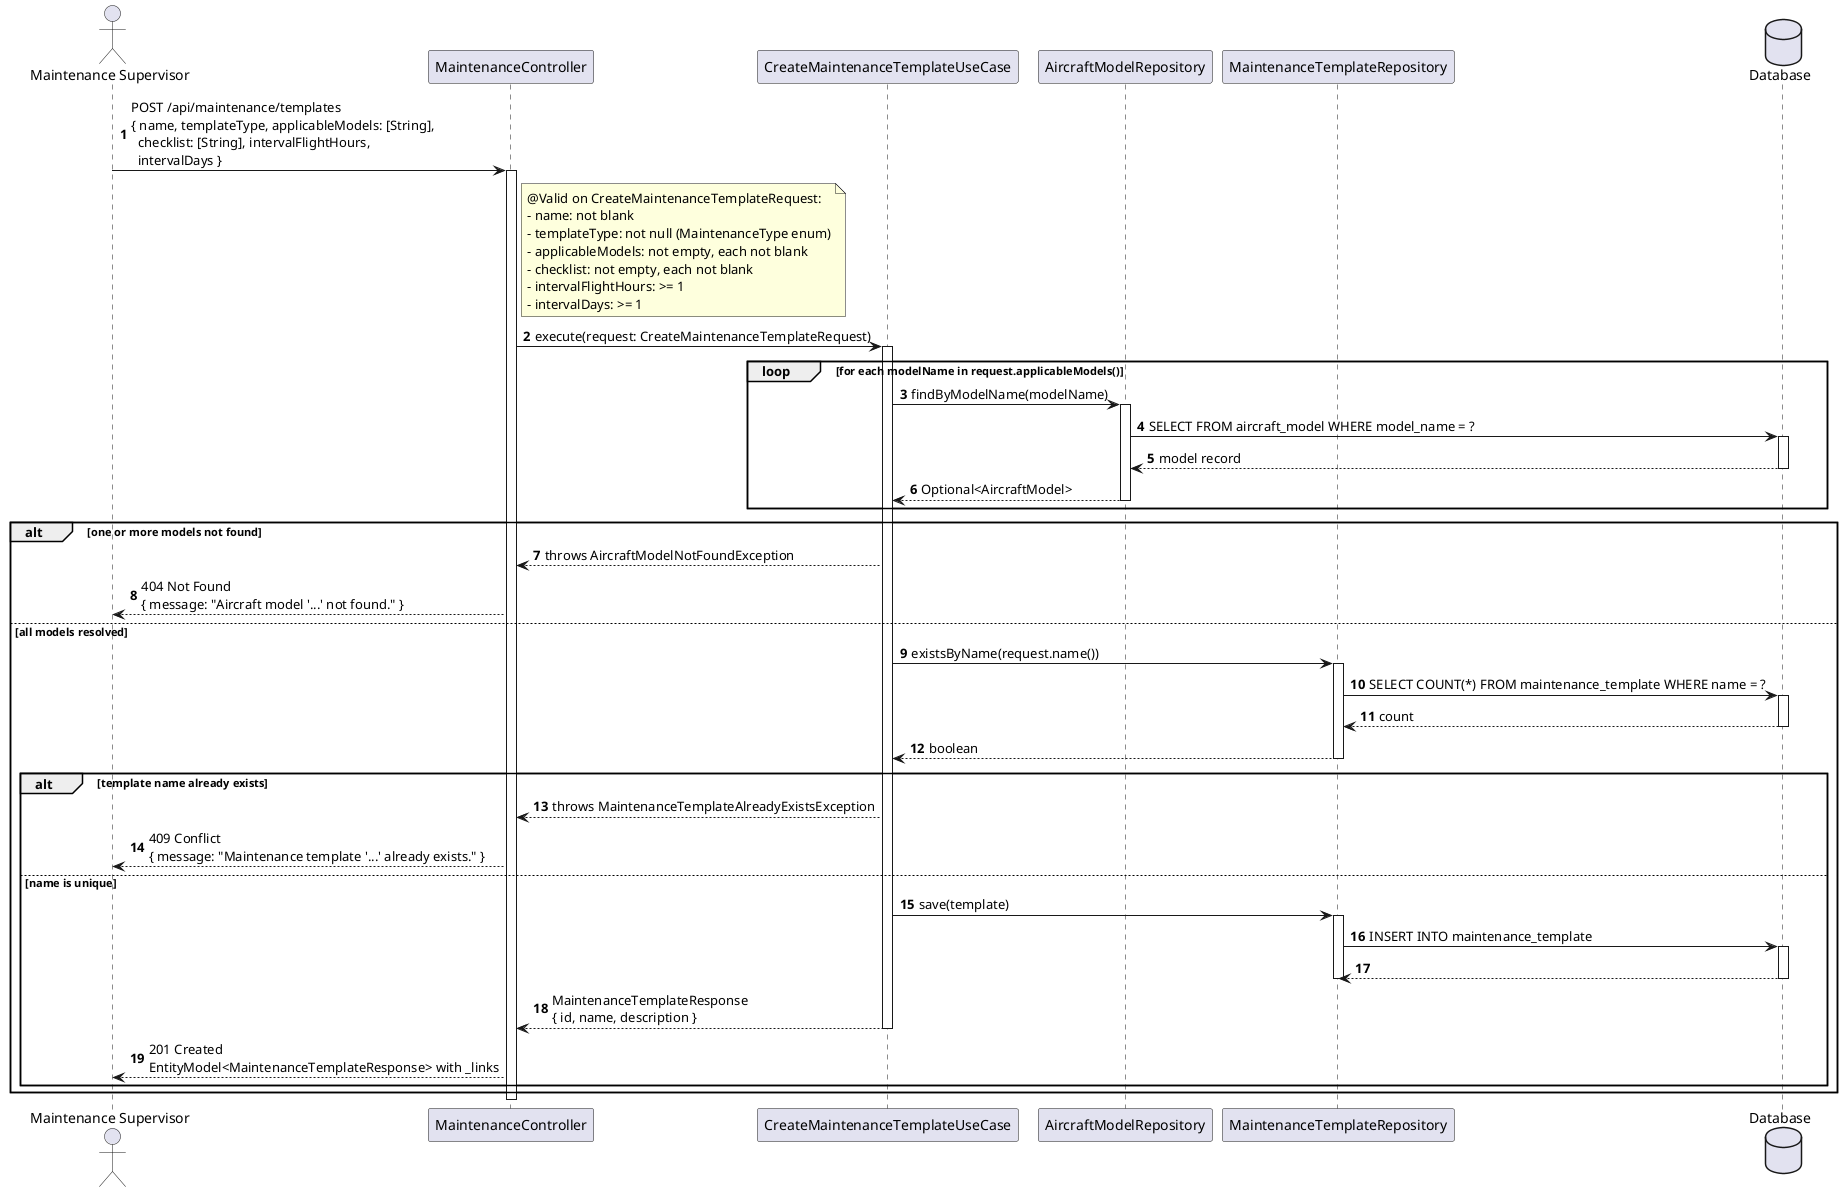
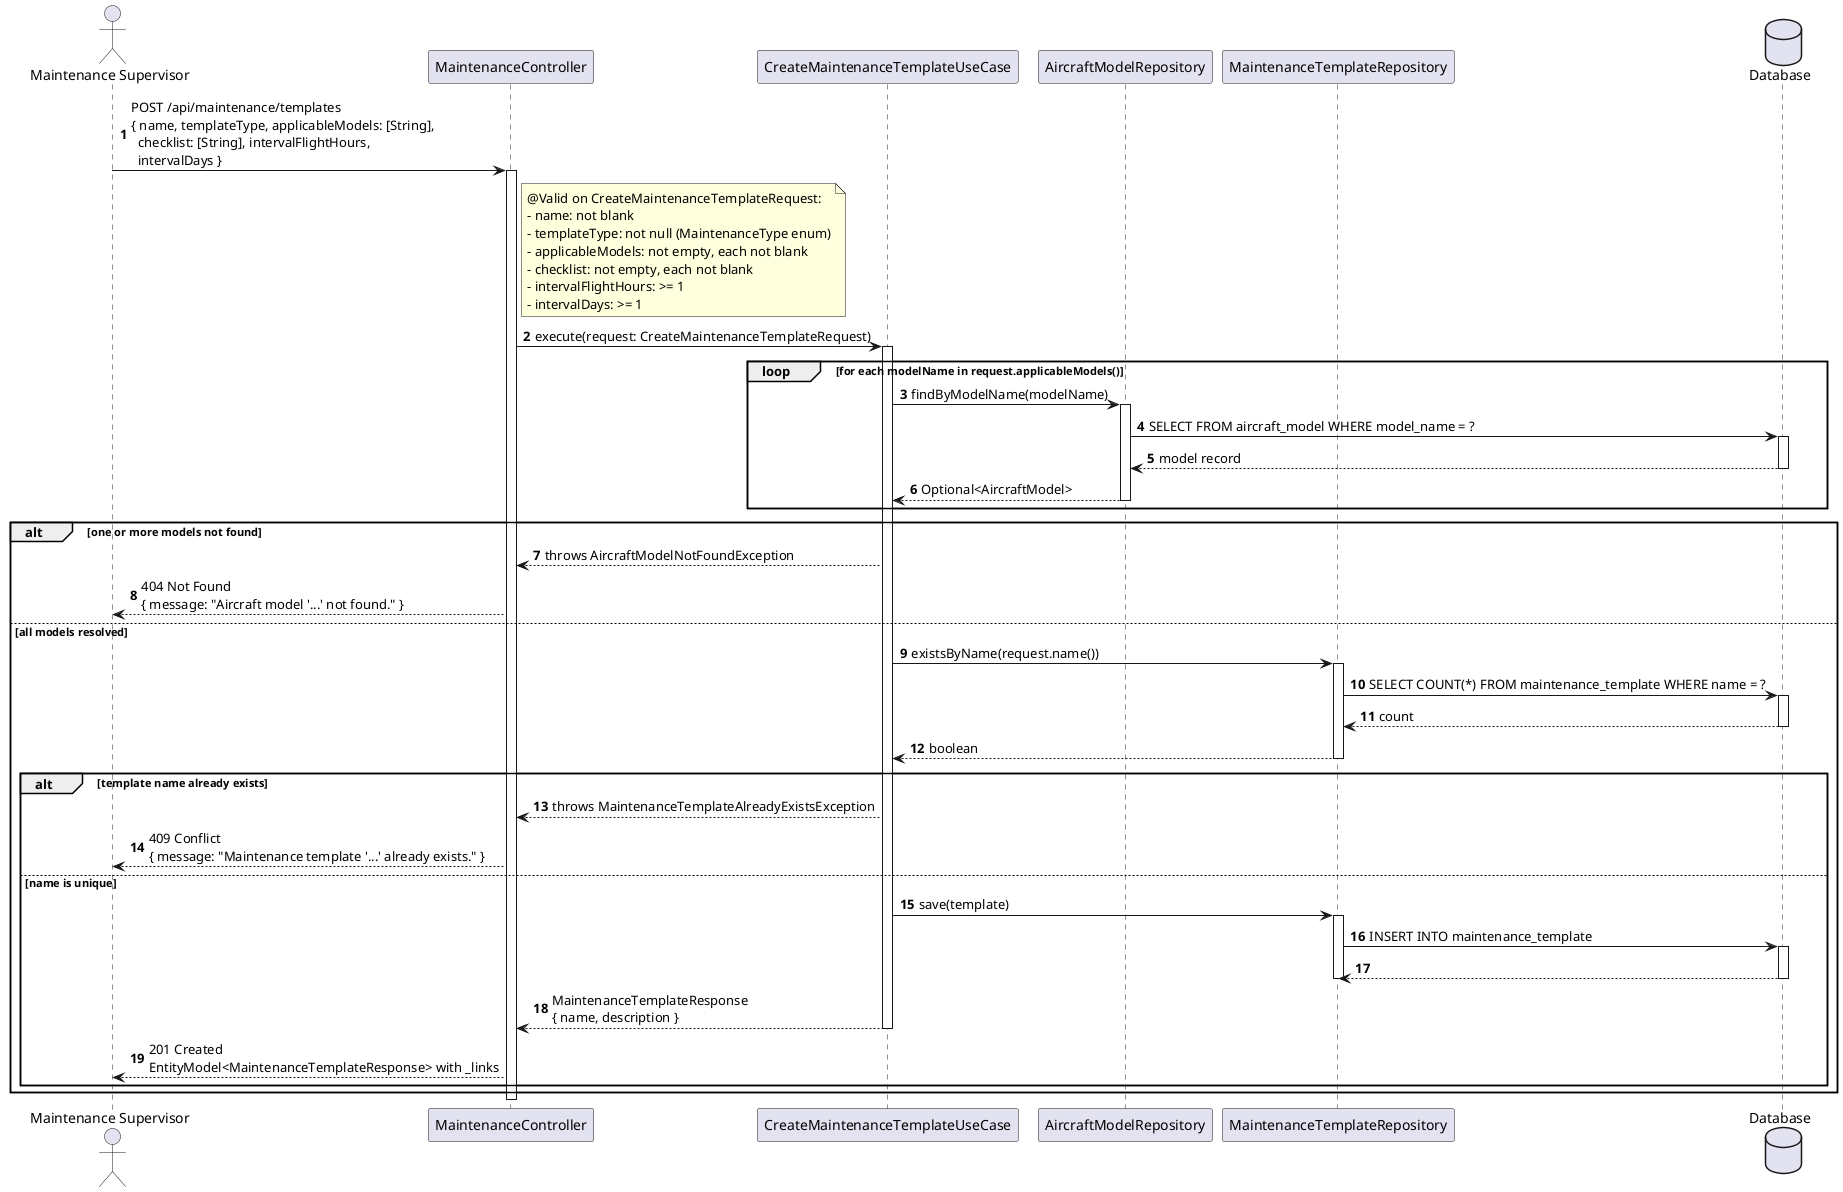
@startuml
autonumber
actor "Maintenance Supervisor" as MS
participant "MaintenanceController" as Ctrl
participant "CreateMaintenanceTemplateUseCase" as UC
participant "AircraftModelRepository" as ModelRepo
participant "MaintenanceTemplateRepository" as Repo
database "Database" as DB

MS -> Ctrl : POST /api/maintenance/templates\n{ name, templateType, applicableModels: [String],\n  checklist: [String], intervalFlightHours,\n  intervalDays }
activate Ctrl

note right of Ctrl
  @Valid on CreateMaintenanceTemplateRequest:
  - name: not blank
  - templateType: not null (MaintenanceType enum)
  - applicableModels: not empty, each not blank
  - checklist: not empty, each not blank
  - intervalFlightHours: >= 1
  - intervalDays: >= 1
end note

Ctrl -> UC : execute(request: CreateMaintenanceTemplateRequest)
activate UC

loop for each modelName in request.applicableModels()
  UC -> ModelRepo : findByModelName(modelName)
  activate ModelRepo
  ModelRepo -> DB : SELECT FROM aircraft_model WHERE model_name = ?
  activate DB
  DB --> ModelRepo : model record
  deactivate DB
  ModelRepo --> UC : Optional<AircraftModel>
  deactivate ModelRepo
end

alt one or more models not found
  UC --> Ctrl : throws AircraftModelNotFoundException
  Ctrl --> MS : 404 Not Found\n{ message: "Aircraft model '...' not found." }
else all models resolved
  UC -> Repo : existsByName(request.name())
  activate Repo
  Repo -> DB : SELECT COUNT(*) FROM maintenance_template WHERE name = ?
  activate DB
  DB --> Repo : count
  deactivate DB
  Repo --> UC : boolean
  deactivate Repo

  alt template name already exists
    UC --> Ctrl : throws MaintenanceTemplateAlreadyExistsException
    Ctrl --> MS : 409 Conflict\n{ message: "Maintenance template '...' already exists." }
  else name is unique
    UC -> Repo : save(template)
    activate Repo
    Repo -> DB : INSERT INTO maintenance_template
    activate DB
    DB --> Repo
    deactivate DB
    deactivate Repo

-     UC --> Ctrl : MaintenanceTemplateResponse\n{ id, name, description }
+     UC --> Ctrl : MaintenanceTemplateResponse\n{ name, description }
    deactivate UC
    Ctrl --> MS : 201 Created\nEntityModel<MaintenanceTemplateResponse> with _links
  end
end

deactivate Ctrl
@enduml
